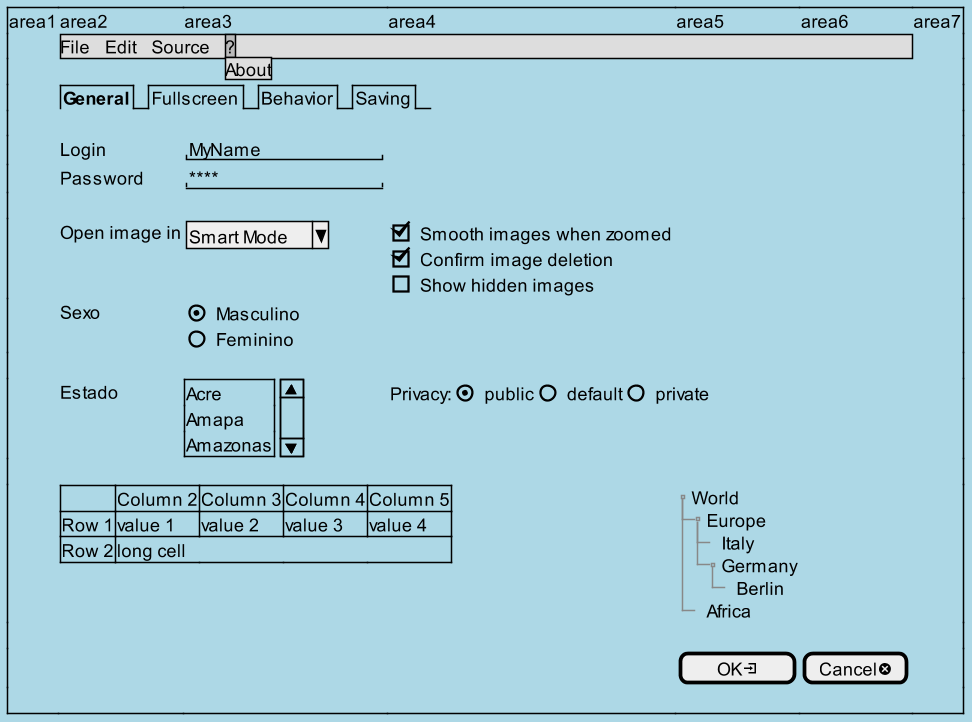
The PlantUML diagram PlantUML/mockup2.png in GiovaniPM/DMNTests, before a commit.
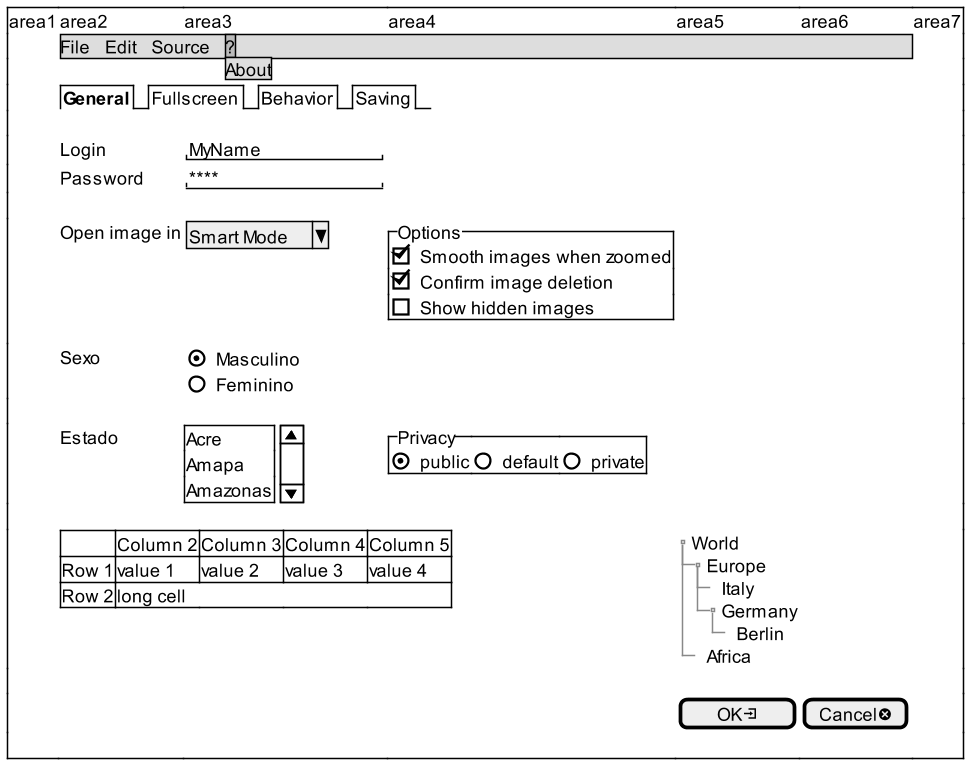
After the commit.

The edit, as a diff of the source:
```diff
@@ -1,5 +1,5 @@
 @startsalt
-skinparam BackgroundColor lightblue
+'skinparam BackgroundColor lightblue
 scale 1.5
 {+
     |area1|area2|area3|area4|area5|area6|area7
@@ -12,11 +12,11 @@
     |.|Login    |"MyName          "|.
     |.|Password |"****            "|.
     |.
-    |.|Open image in|{| ^Smart Mode^ }{
+    |.|Open image in|{| ^Smart Mode^ }|{^Options
                                         [X] Smooth images when zoomed
                                         [X] Confirm image deletion
                                         [ ] Show hidden images
-                                      }
+                                       }
     |.|Sexo|{(X) Masculino
              () Feminino}
     |.
@@ -24,7 +24,7 @@
                 Acre
                 Amapa
                 Amazonas
-              }|{Privacy: | (X) public | () default | () private} |*|*
+              }|{^Privacy | (X) public | () default | () private} |*|*
     |.
     |.|{#
         .     | Column 2  | Column 3 | Column 4 | Column 5
```
